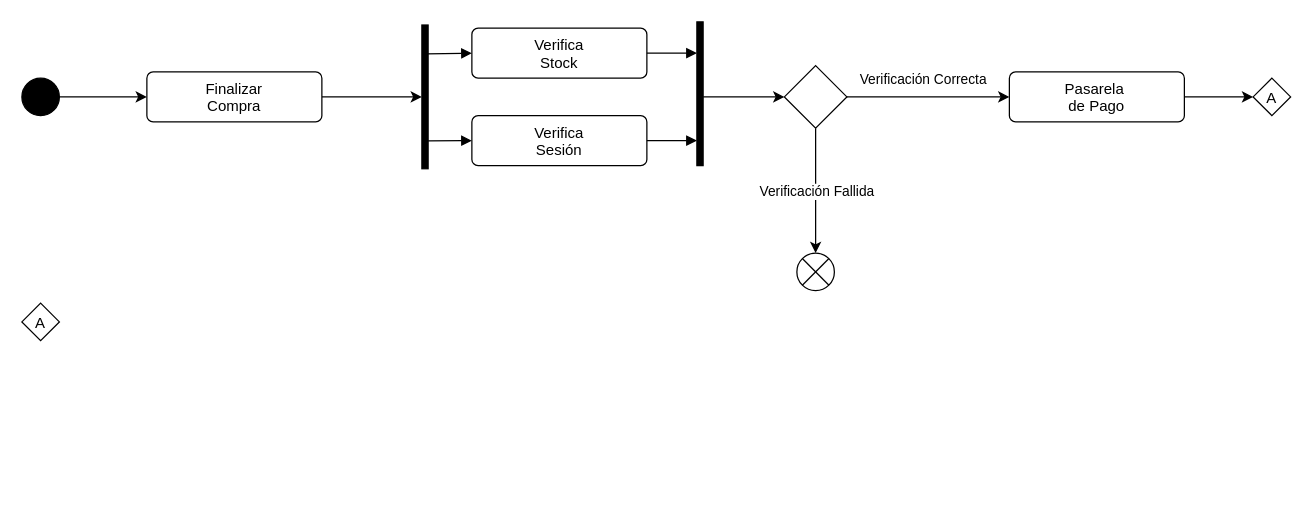
This is src/Confirmacion de Pedido.drawio from romanscriptt/EDD_UML_LopezDeSanRoman_Alvaro, a draw.io file, before an edit. Source tidied: cells renumbered, new cells numbered last; positions are measured from the earlier drawing's top-left corner, leaving out a move shared by most shapes. Both pictures are drawn from the tidied source at 125%, with x=0, y=0 at pixel (21, 21).
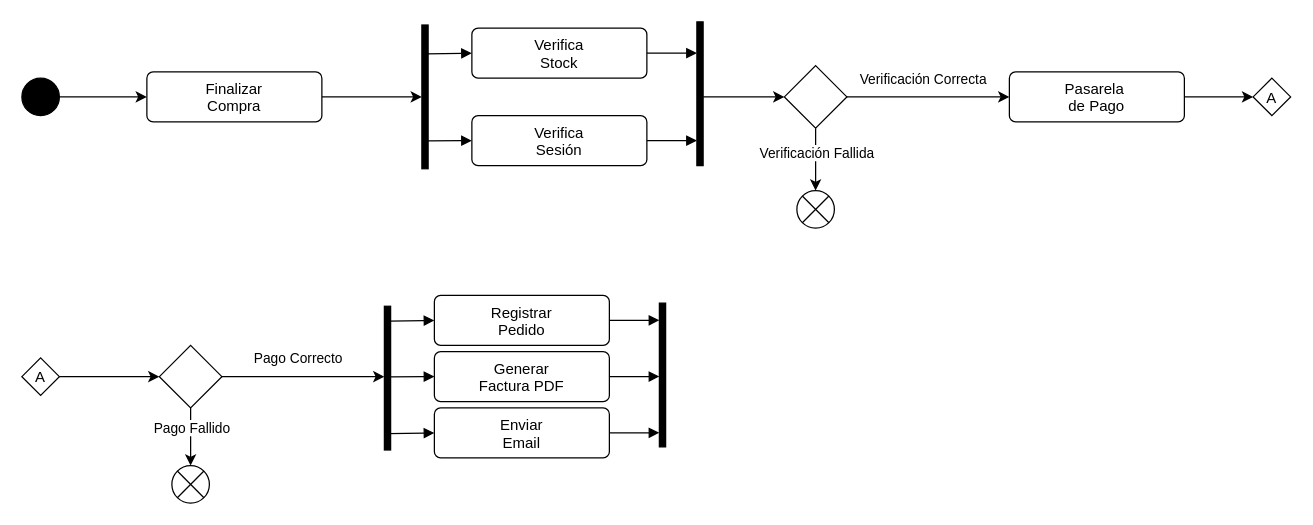
The same page after the edit.

Commit message:
Diagrama - Creación apartado Post-Pago

Diff of the diagram source:
```diff
@@
     <mxCell id="20" style="shape=sumEllipse;perimeter=ellipsePerimeter;html=1;backgroundOutline=1;" parent="1" vertex="1">
-      <mxGeometry x="620" y="185" width="30" height="30" as="geometry" />
+      <mxGeometry x="620" y="135" width="30" height="30" as="geometry" />
     </mxCell>
@@
     <mxCell id="24" value="A" style="rhombus;" parent="1" vertex="1">
-      <mxGeometry y="225" width="30" height="30" as="geometry" />
+      <mxGeometry y="268.8" width="30" height="30" as="geometry" />
     </mxCell>
+    <mxCell id="25" style="edgeStyle=none;html=1;exitX=0.5;exitY=1;exitDx=0;exitDy=0;entryX=0.5;entryY=0;entryDx=0;entryDy=0;" parent="1" edge="1" source="29" target="30">
+      <mxGeometry relative="1" as="geometry" />
+    </mxCell>
+    <mxCell id="26" value="Pago Fallido" style="edgeLabel;html=1;align=center;verticalAlign=middle;" parent="25" vertex="1">
+      <mxGeometry x="0.26" y="4" relative="1" as="geometry">
+        <mxPoint x="-4" y="-13" as="offset" />
+      </mxGeometry>
+    </mxCell>
+    <mxCell id="27" style="edgeStyle=none;html=1;exitX=1;exitY=0.5;exitDx=0;exitDy=0;entryX=0;entryY=0.5;entryDx=0;entryDy=0;" parent="1" edge="1" source="29">
+      <mxGeometry relative="1" as="geometry">
+        <mxPoint x="290" y="283.8" as="targetPoint" />
+      </mxGeometry>
+    </mxCell>
+    <mxCell id="28" value="Pago Correcto" style="edgeLabel;html=1;align=center;verticalAlign=middle;" parent="27" vertex="1">
+      <mxGeometry x="0.4" y="-1" relative="1" as="geometry">
+        <mxPoint x="-31" y="-16" as="offset" />
+      </mxGeometry>
+    </mxCell>
+    <mxCell id="29" style="rhombus;" parent="1" vertex="1">
+      <mxGeometry x="110" y="258.8" width="50" height="50" as="geometry" />
+    </mxCell>
+    <mxCell id="30" style="shape=sumEllipse;perimeter=ellipsePerimeter;html=1;backgroundOutline=1;" parent="1" vertex="1">
+      <mxGeometry x="120" y="355" width="30" height="30" as="geometry" />
+    </mxCell>
+    <mxCell id="31" style="edgeStyle=none;html=1;exitX=1;exitY=0.5;exitDx=0;exitDy=0;entryX=0;entryY=0.5;entryDx=0;entryDy=0;" parent="1" edge="1" source="24" target="29">
+      <mxGeometry relative="1" as="geometry" />
+    </mxCell>
+    <mxCell id="32" style="html=1;perimeter=orthogonalPerimeter;fillColor=strokeColor;" parent="1" vertex="1">
+      <mxGeometry x="290" y="227.5" width="5" height="115" as="geometry" />
+    </mxCell>
+    <mxCell id="33" value="Registrar&lt;div&gt;Pedido&lt;/div&gt;" style="html=1;align=center;verticalAlign=top;rounded=1;absoluteArcSize=1;arcSize=10;dashed=0;whiteSpace=wrap;" parent="1" vertex="1">
+      <mxGeometry x="330" y="218.8" width="140" height="40" as="geometry" />
+    </mxCell>
+    <mxCell id="34" style="html=1;verticalAlign=bottom;labelBackgroundColor=none;endArrow=block;endFill=1;exitX=0.733;exitY=0.201;exitDx=0;exitDy=0;exitPerimeter=0;entryX=0;entryY=0.5;entryDx=0;entryDy=0;" parent="1" edge="1" target="33">
+      <mxGeometry relative="1" as="geometry">
+        <mxPoint x="293.7" y="239.4" as="sourcePoint" />
+      </mxGeometry>
+    </mxCell>
+    <mxCell id="35" value="Generar&lt;div&gt;Factura PDF&lt;/div&gt;" style="html=1;align=center;verticalAlign=top;rounded=1;absoluteArcSize=1;arcSize=10;dashed=0;whiteSpace=wrap;" parent="1" vertex="1">
+      <mxGeometry x="330" y="263.8" width="140" height="40" as="geometry" />
+    </mxCell>
+    <mxCell id="36" style="html=1;verticalAlign=bottom;labelBackgroundColor=none;endArrow=block;endFill=1;exitX=1;exitY=0.806;exitDx=0;exitDy=0;exitPerimeter=0;entryX=0;entryY=0.5;entryDx=0;entryDy=0;" parent="1" edge="1" target="35">
+      <mxGeometry relative="1" as="geometry">
+        <mxPoint x="295" y="283.9" as="sourcePoint" />
+      </mxGeometry>
+    </mxCell>
+    <mxCell id="37" style="html=1;verticalAlign=bottom;labelBackgroundColor=none;endArrow=block;endFill=1;exitX=1;exitY=0.5;exitDx=0;exitDy=0;entryX=0;entryY=0.217;entryDx=0;entryDy=0;entryPerimeter=0;" parent="1" edge="1" source="33">
+      <mxGeometry relative="1" as="geometry">
+        <mxPoint x="510" y="238.7" as="targetPoint" />
+      </mxGeometry>
+    </mxCell>
+    <mxCell id="38" style="html=1;verticalAlign=bottom;labelBackgroundColor=none;endArrow=block;endFill=1;exitX=1;exitY=0.5;exitDx=0;exitDy=0;entryX=0;entryY=0.826;entryDx=0;entryDy=0;entryPerimeter=0;" parent="1" edge="1" source="35">
+      <mxGeometry relative="1" as="geometry">
+        <mxPoint x="510" y="283.7" as="targetPoint" />
+      </mxGeometry>
+    </mxCell>
+    <mxCell id="39" style="html=1;perimeter=orthogonalPerimeter;fillColor=strokeColor;" parent="1" vertex="1">
+      <mxGeometry x="510" y="225" width="5" height="115" as="geometry" />
+    </mxCell>
+    <mxCell id="40" value="Enviar&lt;div&gt;Email&lt;/div&gt;" style="html=1;align=center;verticalAlign=top;rounded=1;absoluteArcSize=1;arcSize=10;dashed=0;whiteSpace=wrap;" parent="1" vertex="1">
+      <mxGeometry x="330" y="308.8" width="140" height="40" as="geometry" />
+    </mxCell>
+    <mxCell id="41" style="html=1;verticalAlign=bottom;labelBackgroundColor=none;endArrow=block;endFill=1;exitX=0.733;exitY=0.201;exitDx=0;exitDy=0;exitPerimeter=0;entryX=0;entryY=0.5;entryDx=0;entryDy=0;" parent="1" edge="1" target="40">
+      <mxGeometry relative="1" as="geometry">
+        <mxPoint x="293.7" y="329.4" as="sourcePoint" />
+      </mxGeometry>
+    </mxCell>
+    <mxCell id="42" style="html=1;verticalAlign=bottom;labelBackgroundColor=none;endArrow=block;endFill=1;exitX=1;exitY=0.5;exitDx=0;exitDy=0;entryX=0;entryY=0.217;entryDx=0;entryDy=0;entryPerimeter=0;" parent="1" edge="1" source="40">
+      <mxGeometry relative="1" as="geometry">
+        <mxPoint x="510" y="328.7" as="targetPoint" />
+      </mxGeometry>
+    </mxCell>
```
